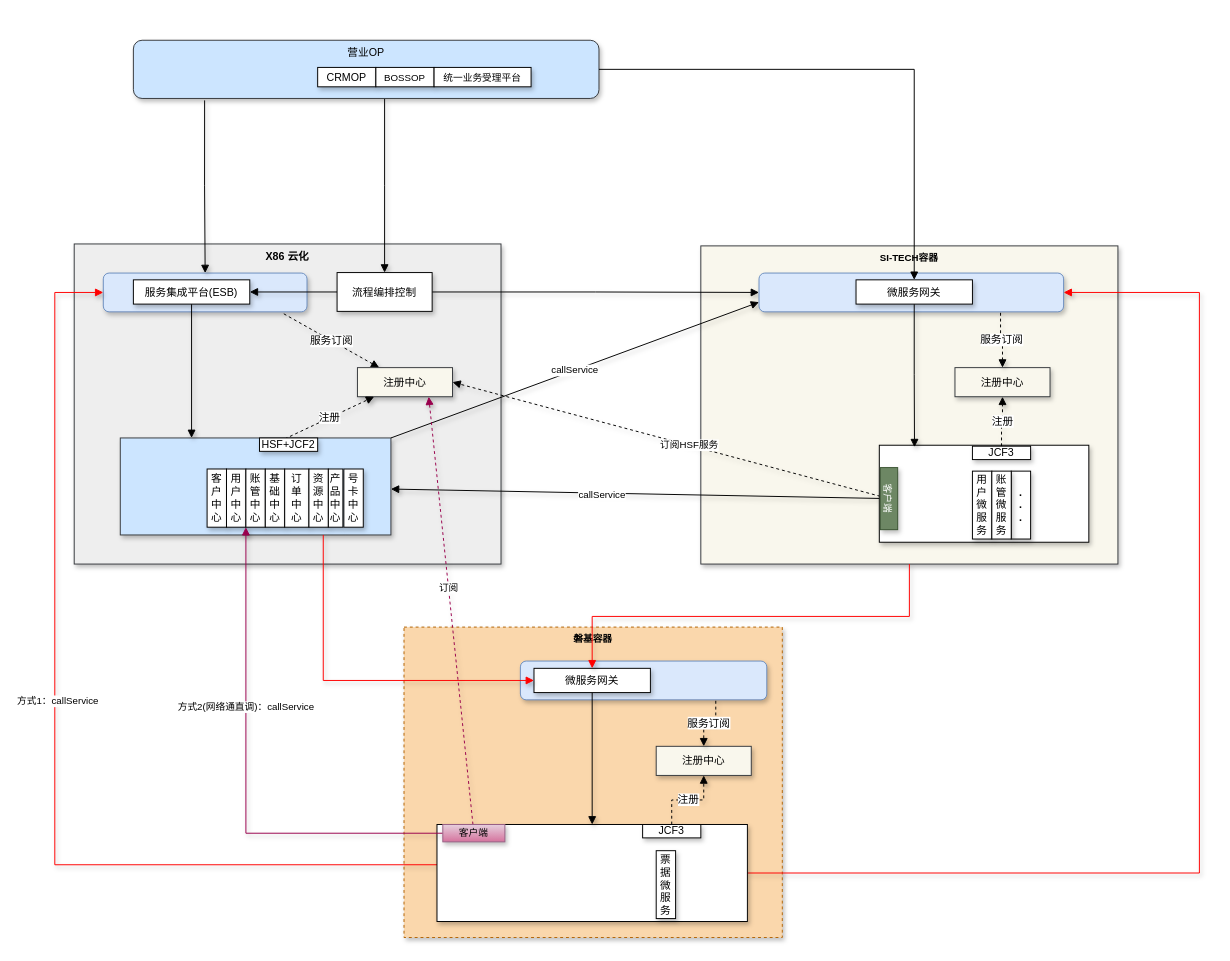
The draw.io diagram page "安徽移动系统地图" (8 of 9) of 微服务.drawio in qymmdj/draw-io, before the edit. Source tidied: cells renumbered, new cells numbered last; positions are measured from the earlier drawing's top-left corner, leaving out a move shared by most shapes. Both pictures are drawn from the tidied source at 97%, with x=0, y=0 at pixel (54, 40).
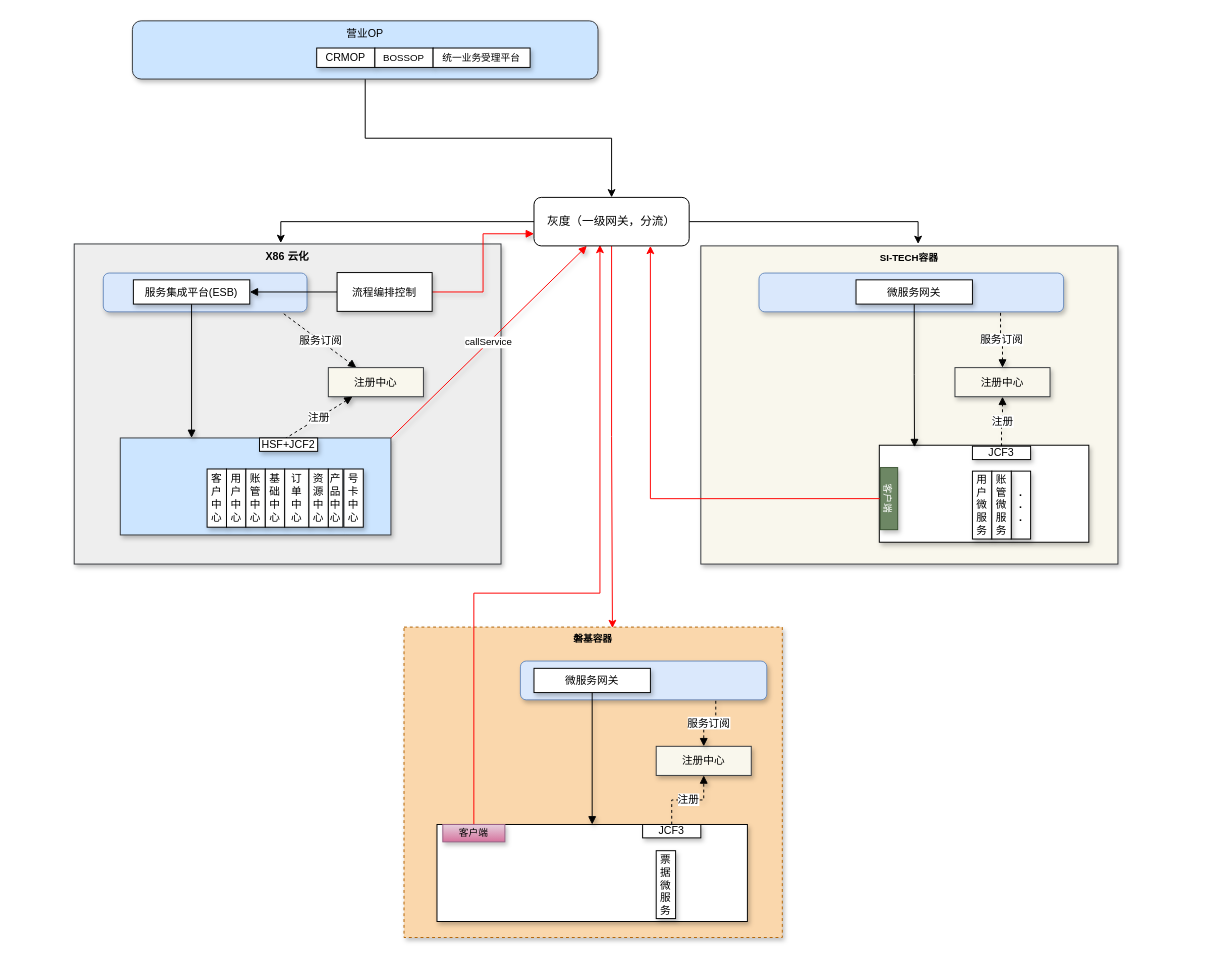
Above is the later version.

Commit message:
更新微服务.drawio

The change refers to these unchanged cells:
```xml
<mxCell id="2" value="磐基容器" style="rounded=0;whiteSpace=wrap;html=1;shadow=1;fontSize=10;fillColor=#fad7ac;strokeColor=#b46504;verticalAlign=top;fontStyle=1;dashed=1;" parent="1" vertex="1">
  <mxGeometry x="360" y="605" width="390" height="320" as="geometry" />
</mxCell>
<mxCell id="3" value="SI-TECH容器" style="rounded=0;whiteSpace=wrap;html=1;shadow=1;fontSize=10;fillColor=#f9f7ed;strokeColor=#36393d;verticalAlign=top;fontStyle=1;" parent="1" vertex="1">
  <mxGeometry x="666" y="212" width="430" height="328" as="geometry" />
</mxCell>
<mxCell id="4" value="X86 云化" style="rounded=0;whiteSpace=wrap;html=1;shadow=1;fontSize=11;fillColor=#eeeeee;strokeColor=#36393d;verticalAlign=top;fontStyle=1;" parent="1" vertex="1">
  <mxGeometry x="20" y="210" width="440" height="330" as="geometry" />
</mxCell>
<mxCell id="5" style="rounded=0;whiteSpace=wrap;html=1;shadow=1;fontSize=11;fillColor=#cce5ff;strokeColor=#36393d;" parent="1" vertex="1">
  <mxGeometry x="67.5" y="410" width="279" height="100" as="geometry" />
</mxCell>
<mxCell id="7" style="rounded=1;whiteSpace=wrap;html=1;shadow=1;fontSize=11;fillColor=#dae8fc;strokeColor=#6c8ebf;align=left;fontStyle=1;" parent="1" vertex="1">
  <mxGeometry x="50" y="240" width="210" height="40" as="geometry" />
</mxCell>
<mxCell id="18" value="账&lt;br&gt;管&lt;br&gt;中&lt;br&gt;心" style="rounded=0;whiteSpace=wrap;html=1;shadow=1;fontSize=11;" parent="1" vertex="1">
  <mxGeometry x="197" y="442" width="20" height="60" as="geometry" />
</mxCell>
<mxCell id="33" value="流程编排控制" style="rounded=0;whiteSpace=wrap;html=1;shadow=1;fontSize=11;" parent="1" vertex="1">
  <mxGeometry x="291" y="239.5" width="98" height="40" as="geometry" />
</mxCell>
<mxCell id="36" style="rounded=1;whiteSpace=wrap;html=1;shadow=1;fontSize=11;fillColor=#dae8fc;strokeColor=#6c8ebf;align=left;fontStyle=1;" parent="1" vertex="1">
  <mxGeometry x="726" y="240" width="314" height="40" as="geometry" />
</mxCell>
<mxCell id="38" value="微服务网关" style="rounded=0;whiteSpace=wrap;html=1;shadow=1;fontSize=11;" parent="1" vertex="1">
  <mxGeometry x="826" y="247" width="120" height="25" as="geometry" />
</mxCell>
<mxCell id="46" value="&lt;span style=&quot;font-size: 10px;&quot;&gt;客户端&lt;/span&gt;" style="rounded=0;whiteSpace=wrap;html=1;shadow=1;fontSize=11;rotation=90;fillColor=#6d8764;strokeColor=#3A5431;fontColor=#ffffff;" parent="1" vertex="1">
  <mxGeometry x="828" y="463.6" width="64" height="17.9" as="geometry" />
</mxCell>
<mxCell id="50" style="rounded=0;whiteSpace=wrap;html=1;shadow=1;fontSize=11;" parent="1" vertex="1">
  <mxGeometry x="394" y="808.5" width="320" height="100" as="geometry" />
</mxCell>
<mxCell id="53" value="微服务网关" style="rounded=0;whiteSpace=wrap;html=1;shadow=1;fontSize=11;" parent="1" vertex="1">
  <mxGeometry x="494" y="647.5" width="120" height="25" as="geometry" />
</mxCell>
<mxCell id="65" value="&lt;span style=&quot;font-size: 10px;&quot;&gt;客户端&lt;/span&gt;" style="rounded=0;whiteSpace=wrap;html=1;shadow=1;fontSize=11;rotation=0;fillColor=#e6d0de;strokeColor=#996185;gradientColor=#d5739d;" parent="1" vertex="1">
  <mxGeometry x="400" y="808.5" width="64" height="17.9" as="geometry" />
</mxCell>
```

Change to the diagram source:
```diff
@@
-    <mxCell id="8" style="edgeStyle=orthogonalEdgeStyle;rounded=0;jettySize=auto;html=1;entryX=0.5;entryY=0;entryDx=0;entryDy=0;shadow=1;fontSize=11;startArrow=none;startFill=0;endArrow=block;endFill=1;exitX=0.153;exitY=1.033;exitDx=0;exitDy=0;exitPerimeter=0;" parent="1" edge="1" source="10" target="7">
-      <mxGeometry relative="1" as="geometry" />
-    </mxCell>
-    <mxCell id="9" style="edgeStyle=orthogonalEdgeStyle;rounded=0;jettySize=auto;html=1;entryX=0.5;entryY=0;entryDx=0;entryDy=0;shadow=1;fontSize=10;startArrow=none;startFill=0;endArrow=block;endFill=1;" parent="1" edge="1" source="10" target="33">
-      <mxGeometry relative="1" as="geometry">
-        <Array as="points">
-          <mxPoint x="340" y="150" />
-          <mxPoint x="340" y="150" />
-        </Array>
-      </mxGeometry>
-    </mxCell>
+    <mxCell id="67" style="edgeStyle=orthogonalEdgeStyle;rounded=0;jettySize=auto;html=1;" parent="1" edge="1" source="10" target="73">
+      <mxGeometry relative="1" as="geometry" />
+    </mxCell>
     <mxCell id="10" value="营业OP" style="rounded=1;whiteSpace=wrap;html=1;shadow=1;fontSize=11;verticalAlign=top;fillColor=#cce5ff;strokeColor=#36393d;" parent="1" vertex="1">
-      <mxGeometry x="81" width="480" height="60" as="geometry" />
+      <mxGeometry x="80" y="-20" width="480" height="60" as="geometry" />
     </mxCell>
     <mxCell id="11" value="&lt;font style=&quot;font-size: 11px;&quot;&gt;CRMOP&lt;/font&gt;" style="rounded=0;whiteSpace=wrap;html=1;shadow=1;fontSize=10;" parent="1" vertex="1">
-      <mxGeometry x="271" y="28" width="60" height="20" as="geometry" />
+      <mxGeometry x="270" y="8" width="60" height="20" as="geometry" />
     </mxCell>
     <mxCell id="12" value="BOSSOP" style="rounded=0;whiteSpace=wrap;html=1;shadow=1;fontSize=10;" parent="1" vertex="1">
-      <mxGeometry x="331" y="28" width="60" height="20" as="geometry" />
+      <mxGeometry x="330" y="8" width="60" height="20" as="geometry" />
     </mxCell>
     <mxCell id="13" value="统一业务受理平台" style="rounded=0;whiteSpace=wrap;html=1;shadow=1;fontSize=10;" parent="1" vertex="1">
-      <mxGeometry x="391" y="28" width="100" height="20" as="geometry" />
+      <mxGeometry x="390" y="8" width="100" height="20" as="geometry" />
     </mxCell>
@@
     <mxCell id="24" value="注册中心" style="rounded=0;whiteSpace=wrap;html=1;shadow=1;fontSize=11;fillColor=#f9f7ed;strokeColor=#36393d;" parent="1" vertex="1">
-      <mxGeometry x="312" y="337.5" width="98" height="30" as="geometry" />
+      <mxGeometry x="282" y="337.5" width="98" height="30" as="geometry" />
     </mxCell>
@@
-    <mxCell id="26" style="rounded=0;jettySize=auto;html=1;entryX=1;entryY=0.5;entryDx=0;entryDy=0;shadow=1;fontSize=10;startArrow=none;startFill=0;endArrow=block;endFill=1;dashed=1;" parent="1" edge="1" source="46" target="24">
-      <mxGeometry relative="1" as="geometry" />
-    </mxCell>
-    <mxCell id="27" value="订阅HSF服务" style="edgeLabel;html=1;align=center;verticalAlign=middle;fontSize=10;" parent="26" vertex="1">
-      <mxGeometry x="-0.1" y="-1" relative="1" as="geometry" />
-    </mxCell>
-    <mxCell id="28" style="edgeStyle=none;rounded=0;jettySize=auto;html=1;shadow=1;fontSize=10;startArrow=none;startFill=0;endArrow=block;endFill=1;" parent="1" edge="1" source="46" target="5">
-      <mxGeometry relative="1" as="geometry" />
-    </mxCell>
-    <mxCell id="29" value="callService" style="edgeLabel;html=1;align=center;verticalAlign=middle;fontSize=10;" parent="28" vertex="1">
-      <mxGeometry x="0.14" y="1" relative="1" as="geometry" />
-    </mxCell>
@@
-    <mxCell id="32" style="edgeStyle=orthogonalEdgeStyle;rounded=0;jettySize=auto;html=1;entryX=0;entryY=0.5;entryDx=0;entryDy=0;shadow=1;fontSize=10;startArrow=none;startFill=0;endArrow=block;endFill=1;" parent="1" edge="1" source="33" target="36">
+    <mxCell id="32" style="edgeStyle=orthogonalEdgeStyle;rounded=0;jettySize=auto;html=1;entryX=0;entryY=0.75;entryDx=0;entryDy=0;shadow=1;fontSize=10;startArrow=none;startFill=0;endArrow=block;endFill=1;strokeColor=#FF0000;" parent="1" edge="1" source="33" target="73">
       <mxGeometry relative="1" as="geometry" />
     </mxCell>
@@
-    <mxCell id="34" value="callService" style="rounded=0;jettySize=auto;html=1;entryX=0;entryY=0.75;entryDx=0;entryDy=0;shadow=1;fontSize=10;startArrow=none;startFill=0;endArrow=block;endFill=1;exitX=1;exitY=0;exitDx=0;exitDy=0;" parent="1" edge="1" source="5" target="36">
+    <mxCell id="34" value="callService" style="rounded=0;jettySize=auto;html=1;shadow=1;fontSize=10;startArrow=none;startFill=0;endArrow=block;endFill=1;exitX=1;exitY=0;exitDx=0;exitDy=0;strokeColor=#FF0000;" parent="1" edge="1" source="5" target="73">
       <mxGeometry relative="1" as="geometry" />
     </mxCell>
@@
+    <mxCell id="68" style="edgeStyle=orthogonalEdgeStyle;rounded=0;jettySize=auto;html=1;entryX=0.75;entryY=1;entryDx=0;entryDy=0;strokeColor=#FF0000;" parent="1" edge="1" source="46" target="73">
+      <mxGeometry relative="1" as="geometry" />
+    </mxCell>
@@
-    <mxCell id="47" style="edgeStyle=orthogonalEdgeStyle;rounded=0;jettySize=auto;html=1;entryX=0;entryY=0.5;entryDx=0;entryDy=0;shadow=1;fontSize=10;startArrow=none;startFill=0;endArrow=block;endFill=1;strokeColor=#FF0000;" parent="1" edge="1" source="50" target="7">
-      <mxGeometry relative="1" as="geometry">
-        <Array as="points">
-          <mxPoint y="850" />
-          <mxPoint y="260" />
-        </Array>
-      </mxGeometry>
-    </mxCell>
-    <mxCell id="48" value="方式1：callService" style="edgeLabel;html=1;align=center;verticalAlign=middle;fontSize=10;" parent="47" vertex="1">
-      <mxGeometry x="0.09" y="-2" relative="1" as="geometry" />
-    </mxCell>
-    <mxCell id="49" style="edgeStyle=orthogonalEdgeStyle;rounded=0;jettySize=auto;html=1;entryX=1;entryY=0.5;entryDx=0;entryDy=0;shadow=1;fontSize=10;startArrow=none;startFill=0;endArrow=block;endFill=1;strokeColor=#FF0000;" parent="1" edge="1" source="50" target="36">
-      <mxGeometry relative="1" as="geometry">
-        <Array as="points">
-          <mxPoint x="1180" y="859" />
-          <mxPoint x="1180" y="260" />
-        </Array>
-      </mxGeometry>
-    </mxCell>
@@
-    <mxCell id="59" style="edgeStyle=elbowEdgeStyle;rounded=0;jettySize=auto;elbow=vertical;html=1;shadow=1;fontSize=10;startArrow=none;startFill=0;endArrow=block;endFill=1;strokeColor=#FF0000;" parent="1" edge="1" source="3" target="53">
-      <mxGeometry relative="1" as="geometry" />
-    </mxCell>
-    <mxCell id="60" style="edgeStyle=elbowEdgeStyle;rounded=0;jettySize=auto;elbow=vertical;html=1;shadow=1;fontSize=10;startArrow=none;startFill=0;endArrow=block;endFill=1;strokeColor=#FF0000;exitX=0.75;exitY=1;exitDx=0;exitDy=0;" parent="1" edge="1" source="5">
-      <mxGeometry relative="1" as="geometry">
-        <mxPoint x="494" y="660" as="targetPoint" />
-        <Array as="points">
-          <mxPoint x="450" y="660" />
-          <mxPoint x="370" y="650" />
-        </Array>
-      </mxGeometry>
-    </mxCell>
-    <mxCell id="61" style="edgeStyle=none;rounded=0;jettySize=auto;html=1;entryX=0.75;entryY=1;entryDx=0;entryDy=0;shadow=1;fontSize=10;startArrow=none;startFill=0;endArrow=block;endFill=1;strokeColor=#99004D;elbow=vertical;dashed=1;" parent="1" edge="1" source="65" target="24">
-      <mxGeometry relative="1" as="geometry" />
-    </mxCell>
-    <mxCell id="62" value="订阅" style="edgeLabel;html=1;align=center;verticalAlign=middle;fontSize=10;" parent="61" vertex="1">
-      <mxGeometry x="0.11" relative="1" as="geometry" />
-    </mxCell>
-    <mxCell id="63" style="edgeStyle=orthogonalEdgeStyle;rounded=0;jettySize=auto;html=1;entryX=0;entryY=1;entryDx=0;entryDy=0;shadow=1;fontSize=10;startArrow=none;startFill=0;endArrow=block;endFill=1;strokeColor=#99004D;elbow=vertical;" parent="1" edge="1" source="65" target="18">
-      <mxGeometry relative="1" as="geometry" />
-    </mxCell>
-    <mxCell id="64" value="方式2(网络通直调)：callService" style="edgeLabel;html=1;align=center;verticalAlign=middle;fontSize=10;" parent="63" vertex="1">
-      <mxGeometry x="0.29" y="1" relative="1" as="geometry" />
-    </mxCell>
+    <mxCell id="69" style="edgeStyle=orthogonalEdgeStyle;rounded=0;jettySize=auto;html=1;entryX=0.425;entryY=0.98;entryDx=0;entryDy=0;entryPerimeter=0;strokeColor=#FF0000;" parent="1" edge="1" source="65" target="73">
+      <mxGeometry relative="1" as="geometry">
+        <Array as="points">
+          <mxPoint x="432" y="570" />
+          <mxPoint x="562" y="570" />
+        </Array>
+      </mxGeometry>
+    </mxCell>
@@
-    <mxCell id="66" style="edgeStyle=orthogonalEdgeStyle;jettySize=auto;html=1;entryX=0.5;entryY=0;entryDx=0;entryDy=0;shadow=0;fontSize=10;startArrow=none;startFill=0;endArrow=block;endFill=1;strokeColor=#000000;elbow=vertical;rounded=0;" parent="1" edge="1" source="10" target="38">
-      <mxGeometry relative="1" as="geometry" />
-    </mxCell>
+    <mxCell id="70" style="edgeStyle=orthogonalEdgeStyle;rounded=0;jettySize=auto;html=1;entryX=0.484;entryY=-0.003;entryDx=0;entryDy=0;entryPerimeter=0;" parent="1" edge="1" source="73" target="4">
+      <mxGeometry relative="1" as="geometry" />
+    </mxCell>
+    <mxCell id="71" style="edgeStyle=orthogonalEdgeStyle;rounded=0;jettySize=auto;html=1;" parent="1" edge="1" source="73">
+      <mxGeometry relative="1" as="geometry">
+        <mxPoint x="890" y="210" as="targetPoint" />
+        <Array as="points">
+          <mxPoint x="890" y="187" />
+        </Array>
+      </mxGeometry>
+    </mxCell>
+    <mxCell id="72" style="edgeStyle=orthogonalEdgeStyle;rounded=0;jettySize=auto;html=1;entryX=0.551;entryY=0.003;entryDx=0;entryDy=0;entryPerimeter=0;strokeColor=#FF0000;" parent="1" edge="1" source="73" target="2">
+      <mxGeometry relative="1" as="geometry" />
+    </mxCell>
+    <mxCell id="73" value="灰度（一级网关，分流）" style="rounded=1;whiteSpace=wrap;html=1;" parent="1" vertex="1">
+      <mxGeometry x="494" y="162" width="160" height="50" as="geometry" />
+    </mxCell>
```
